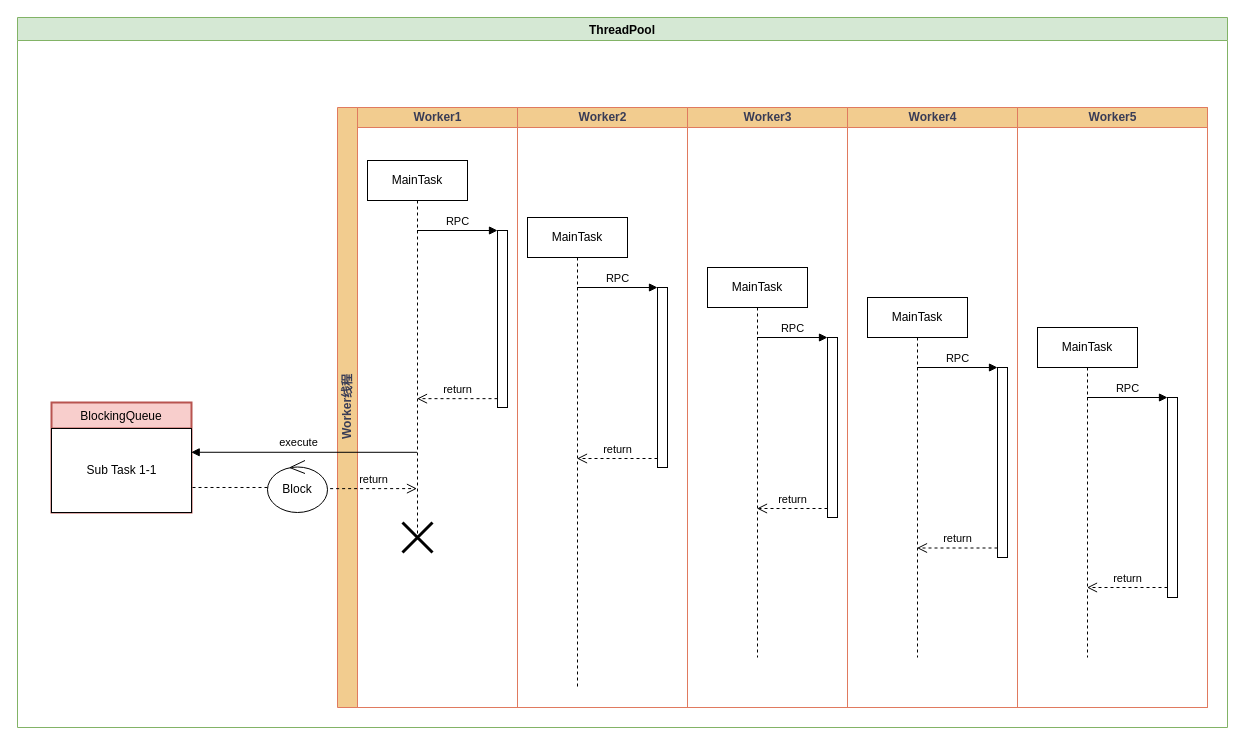
Earlier version of the draw.io diagram docs/views/issue/thread_starvation/MainTask.drawio (kkyeer/kkyeer.github.io). Source tidied: cells renumbered, new cells numbered last; positions are measured from the earlier drawing's top-left corner, leaving out a move shared by most shapes. Both pictures are drawn from the tidied source at 100%, with x=0, y=0 at pixel (17, 17).
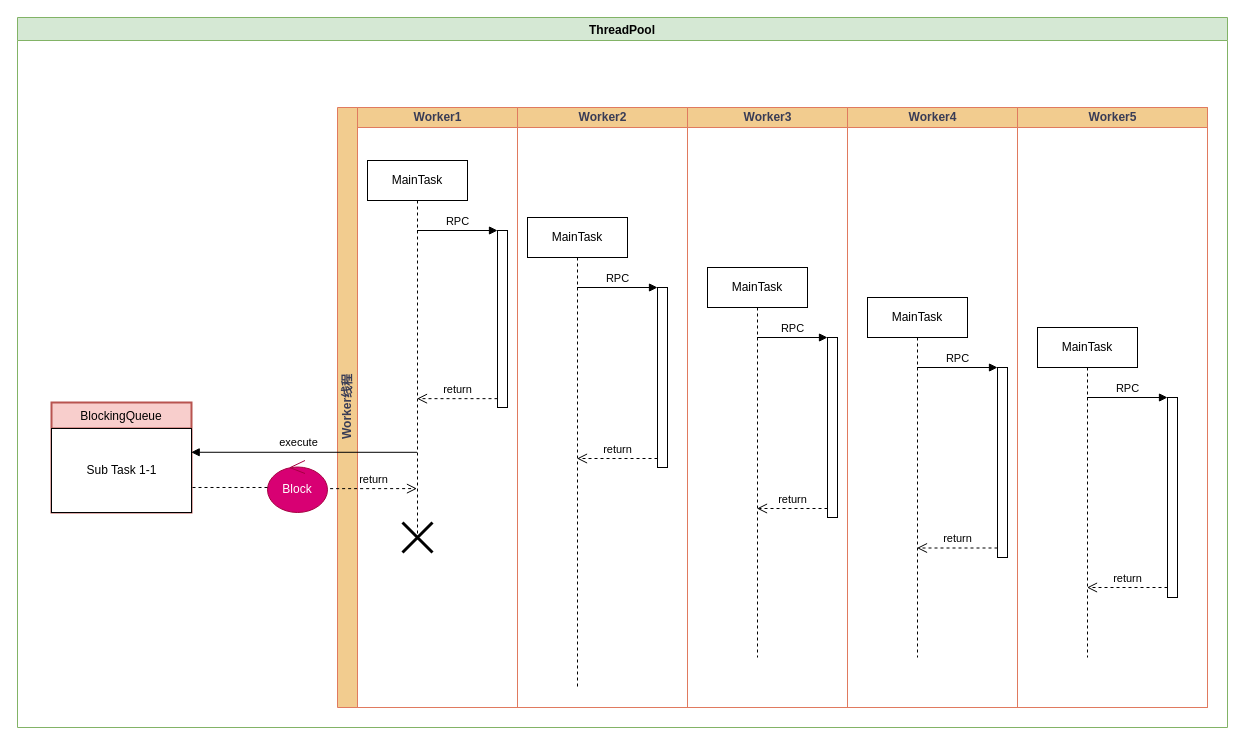
The same page after the edit.

Diff of the diagram source:
```diff
@@
-    <mxCell id="34" value="Block" style="ellipse;shape=umlControl;whiteSpace=wrap;html=1;" parent="1" vertex="1">
+    <mxCell id="34" value="Block" style="ellipse;shape=umlControl;whiteSpace=wrap;html=1;fillColor=#d80073;strokeColor=#A50040;fontColor=#ffffff;" parent="1" vertex="1">
       <mxGeometry x="250" y="443" width="60" height="52" as="geometry" />
     </mxCell>
```
